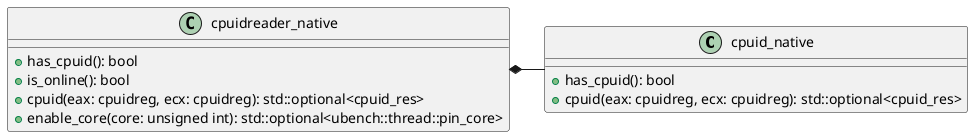
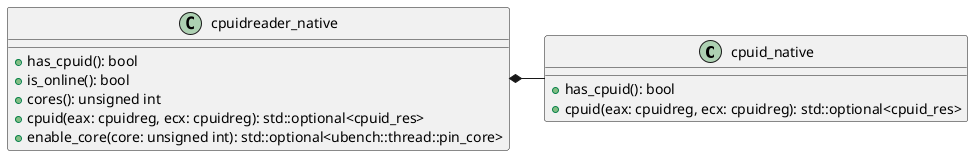
@startuml libcpuid_cpuid_native

class cpuid_native {
    +has_cpuid(): bool
    +cpuid(eax: cpuidreg, ecx: cpuidreg): std::optional<cpuid_res>
}

class cpuidreader_native {
    +has_cpuid(): bool
    +is_online(): bool
+     +cores(): unsigned int
    +cpuid(eax: cpuidreg, ecx: cpuidreg): std::optional<cpuid_res>
    +enable_core(core: unsigned int): std::optional<ubench::thread::pin_core>
}

cpuidreader_native *-r- cpuid_native

@enduml

@startuml libcpuid_cpuid_dev

namespace detail {

    class cpuid_dev_file {
        +bool()
        +core(): unsigned int
        +error(): int
        +cpuid(): cpuid_dev&
        +close(): bool
        -fd_: int
        -core_: unsigned int
        -error_: int
        -cpuid_: cpuid_dev
    }

    class cpuid_dev_ctx {
        +bool()
        +core(): unsigned int
        +error(): int
        -cpuid_file_: shared_ptr<detail::cpuid_dev_file>
    }

}

class cpuid_dev {
    +has_cpuid(): bool
    +cpuid(eax: cpuidreg, ecx: cpuidreg): std::optional<cpuid_res>
}

class cpuidreader_dev {
    +has_cpuid(): bool
    +is_online(): bool
+     +cores(): unsigned int
    +cpuid(eax: cpuidreg, ecx: cpuidreg): std::optional<cpuid_res>
    +enable_core(core: unsigned int): std::optional<detail::cpuid_dev_ctx>
    -default_: bool
    -cpuid_file_: shared_ptr<detail::cpuid_dev_file>
}

cpuid_dev_file *-d- cpuid_dev
cpuidreader_dev .d.> cpuid_dev_ctx : <<create>>
cpuidreader_dev *-d- cpuid_dev_file

cpuid_dev_file -r-o cpuid_dev_ctx

class User

User *-d- cpuidreader_dev
User o--d- cpuid_dev_ctx : <<enable_core>>

@enduml
